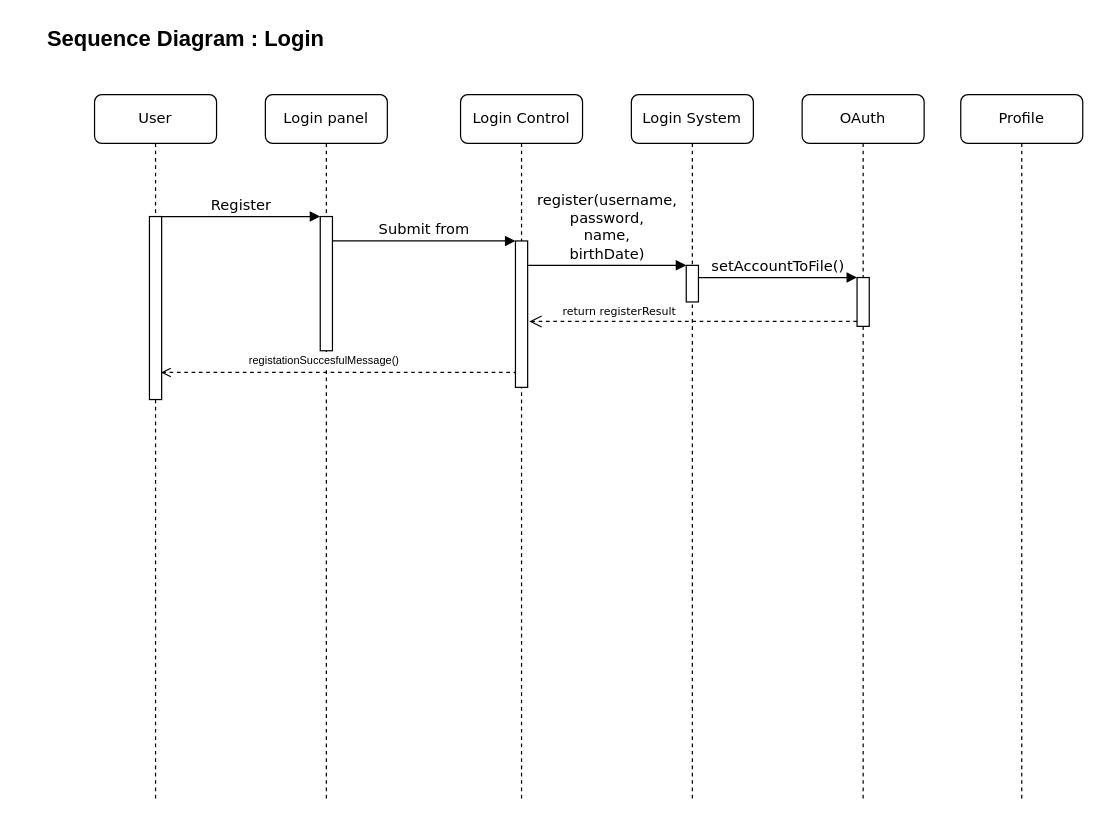
Earlier version of the draw.io diagram page "Login" (2 of 2) of Sequence_diagram.drawio (astrrr/Right-posture). Source tidied: cells renumbered, new cells numbered last; positions are measured from the earlier drawing's top-left corner, leaving out a move shared by most shapes. Both pictures are drawn from the tidied source at 122%, with x=0, y=0 at pixel (21, 21).
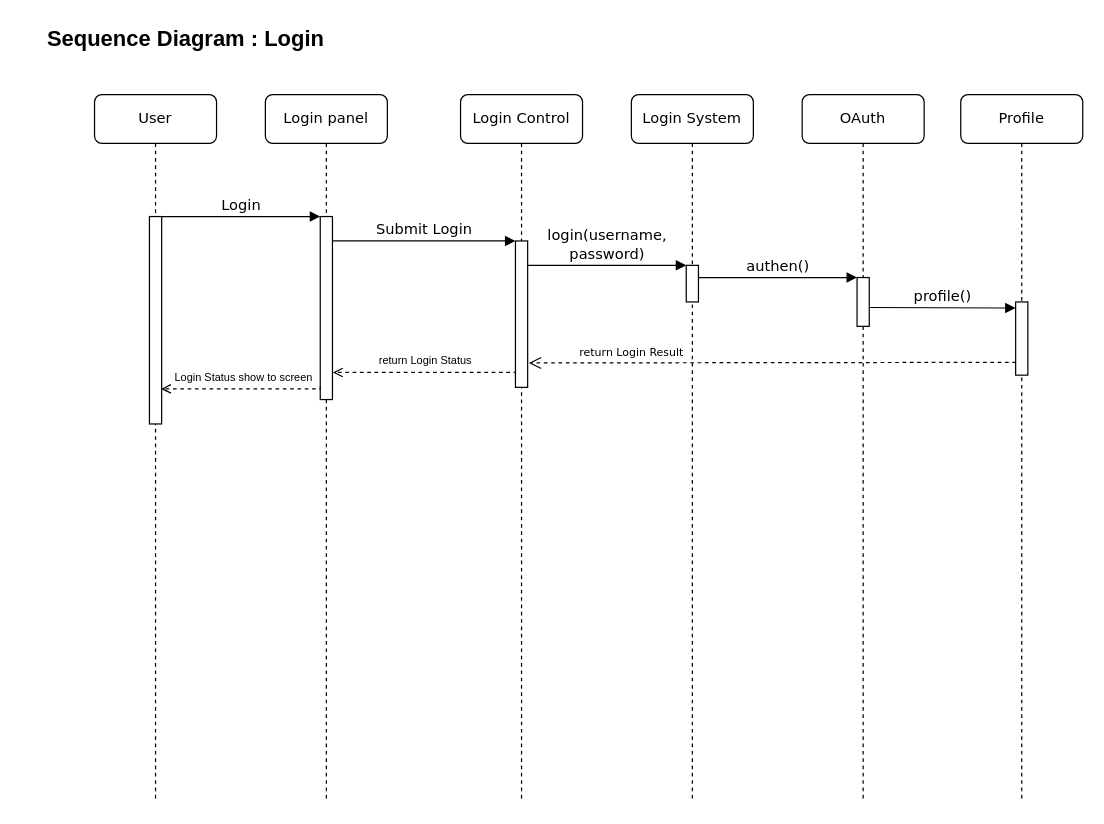
After the change.

Commit message (it also covers changes not shown here):
add login sequence flow

The change refers to these unchanged cells:
```xml
<mxCell id="3" value="Login panel" style="shape=umlLifeline;perimeter=lifelinePerimeter;whiteSpace=wrap;html=1;rounded=1;shadow=0;comic=0;labelBackgroundColor=none;strokeWidth=1;fontFamily=Verdana;fontSize=12;align=center;" parent="1" vertex="1">
  <mxGeometry x="200" y="60" width="100" height="580" as="geometry" />
</mxCell>
<mxCell id="6" style="html=1;points=[];perimeter=orthogonalPerimeter;rounded=0;shadow=0;comic=0;labelBackgroundColor=none;strokeWidth=1;fontFamily=Verdana;fontSize=12;align=center;" parent="5" vertex="1">
  <mxGeometry x="45" y="120" width="10" height="120" as="geometry" />
</mxCell>
<mxCell id="8" value="User" style="shape=umlLifeline;perimeter=lifelinePerimeter;whiteSpace=wrap;html=1;rounded=1;shadow=0;comic=0;labelBackgroundColor=none;strokeWidth=1;fontFamily=Verdana;fontSize=12;align=center;" parent="1" vertex="1">
  <mxGeometry x="60" y="60" width="100" height="580" as="geometry" />
</mxCell>
<mxCell id="10" style="html=1;points=[];perimeter=orthogonalPerimeter;rounded=0;shadow=0;comic=0;labelBackgroundColor=none;strokeWidth=1;fontFamily=Verdana;fontSize=12;align=center;" parent="1" vertex="1">
  <mxGeometry x="545" y="200" width="10" height="30" as="geometry" />
</mxCell>
<mxCell id="17" style="html=1;points=[];perimeter=orthogonalPerimeter;rounded=0;shadow=0;comic=0;labelBackgroundColor=none;strokeWidth=1;fontFamily=Verdana;fontSize=12;align=center;" parent="1" vertex="1">
  <mxGeometry x="685" y="210" width="10" height="40" as="geometry" />
</mxCell>
<mxCell id="20" value="Profile" style="shape=umlLifeline;perimeter=lifelinePerimeter;whiteSpace=wrap;html=1;rounded=1;shadow=0;comic=0;labelBackgroundColor=none;strokeWidth=1;fontFamily=Verdana;fontSize=12;align=center;" parent="1" vertex="1">
  <mxGeometry x="770" y="60" width="100" height="580" as="geometry" />
</mxCell>
```

The edit, as a diff of the source:
```diff
@@
     <mxCell id="4" style="html=1;points=[];perimeter=orthogonalPerimeter;rounded=0;shadow=0;comic=0;labelBackgroundColor=none;strokeWidth=1;fontFamily=Verdana;fontSize=12;align=center;" parent="3" vertex="1">
-      <mxGeometry x="45" y="100" width="10" height="110" as="geometry" />
+      <mxGeometry x="45" y="100" width="10" height="150" as="geometry" />
     </mxCell>
+    <mxCell id="21" style="edgeStyle=orthogonalEdgeStyle;rounded=0;jettySize=auto;html=1;fontSize=18;endArrow=open;endFill=0;dashed=1;entryX=0.949;entryY=0.831;entryDx=0;entryDy=0;entryPerimeter=0;" parent="3" edge="1" target="9">
+      <mxGeometry relative="1" as="geometry">
+        <mxPoint x="45" y="241" as="sourcePoint" />
+        <Array as="points">
+          <mxPoint x="45" y="240" />
+          <mxPoint x="45" y="241" />
+        </Array>
+      </mxGeometry>
+    </mxCell>
+    <mxCell id="22" value="Login Status show to screen" style="edgeLabel;html=1;align=center;verticalAlign=middle;fontSize=9;" parent="21" vertex="1">
+      <mxGeometry x="0.17" y="1" relative="1" as="geometry">
+        <mxPoint x="12" y="-11" as="offset" />
+      </mxGeometry>
+    </mxCell>
@@
     <mxCell id="9" style="html=1;points=[];perimeter=orthogonalPerimeter;rounded=0;shadow=0;comic=0;labelBackgroundColor=none;strokeWidth=1;fontFamily=Verdana;fontSize=12;align=center;" parent="8" vertex="1">
-      <mxGeometry x="45" y="100" width="10" height="150" as="geometry" />
+      <mxGeometry x="45" y="100" width="10" height="170" as="geometry" />
     </mxCell>
@@
-    <mxCell id="11" value="register(username,&lt;br&gt;password,&lt;br&gt;name,&lt;br&gt;birthDate)" style="html=1;verticalAlign=bottom;endArrow=block;labelBackgroundColor=none;fontFamily=Verdana;fontSize=12;edgeStyle=elbowEdgeStyle;elbow=vertical;" parent="1" edge="1" source="6" target="10">
+    <mxCell id="11" value="login(username,&lt;br&gt;password)" style="html=1;verticalAlign=bottom;endArrow=block;labelBackgroundColor=none;fontFamily=Verdana;fontSize=12;edgeStyle=elbowEdgeStyle;elbow=vertical;" parent="1" edge="1" source="6" target="10">
       <mxGeometry relative="1" as="geometry">
         <Array as="points">
           <mxPoint x="420" y="200" />
         </Array>
       </mxGeometry>
     </mxCell>
-    <mxCell id="12" value="setAccountToFile()" style="html=1;verticalAlign=bottom;endArrow=block;entryX=0;entryY=0;labelBackgroundColor=none;fontFamily=Verdana;fontSize=12;edgeStyle=elbowEdgeStyle;elbow=vertical;" parent="1" edge="1" source="10" target="17">
+    <mxCell id="12" value="authen()" style="html=1;verticalAlign=bottom;endArrow=block;entryX=0;entryY=0;labelBackgroundColor=none;fontFamily=Verdana;fontSize=12;edgeStyle=elbowEdgeStyle;elbow=vertical;" parent="1" edge="1" source="10" target="17">
       <mxGeometry relative="1" as="geometry" />
     </mxCell>
-    <mxCell id="13" value="&lt;font style=&quot;font-size: 9px&quot;&gt;return registerResult&lt;/font&gt;" style="html=1;verticalAlign=bottom;endArrow=open;dashed=1;endSize=8;labelBackgroundColor=none;fontFamily=Verdana;fontSize=12;edgeStyle=elbowEdgeStyle;elbow=vertical;entryX=1.137;entryY=0.549;entryDx=0;entryDy=0;entryPerimeter=0;" parent="1" edge="1" source="17" target="6">
-      <mxGeometry x="0.45" relative="1" as="geometry">
+    <mxCell id="13" value="&lt;font style=&quot;font-size: 9px&quot;&gt;return Login Result&lt;/font&gt;" style="html=1;verticalAlign=bottom;endArrow=open;dashed=1;endSize=8;labelBackgroundColor=none;fontFamily=Verdana;fontSize=12;edgeStyle=elbowEdgeStyle;elbow=vertical;exitX=0.027;exitY=0.825;exitDx=0;exitDy=0;exitPerimeter=0;" parent="1" edge="1" source="23">
+      <mxGeometry x="0.58" relative="1" as="geometry">
+        <mxPoint x="416" y="280" as="targetPoint" />
         <Array as="points">
+          <mxPoint x="816" y="280" />
+          <mxPoint x="660" y="280" />
           <mxPoint x="470" y="246" />
           <mxPoint x="480" y="240" />
           <mxPoint x="630" y="240" />
           <mxPoint x="660" y="240" />
         </Array>
       </mxGeometry>
     </mxCell>
-    <mxCell id="14" value="Register" style="html=1;verticalAlign=bottom;endArrow=block;entryX=0;entryY=0;labelBackgroundColor=none;fontFamily=Verdana;fontSize=12;edgeStyle=elbowEdgeStyle;elbow=vertical;" parent="1" edge="1" source="9" target="4">
+    <mxCell id="14" value="Login" style="html=1;verticalAlign=bottom;endArrow=block;entryX=0;entryY=0;labelBackgroundColor=none;fontFamily=Verdana;fontSize=12;edgeStyle=elbowEdgeStyle;elbow=vertical;" parent="1" edge="1" source="9" target="4">
       <mxGeometry relative="1" as="geometry" />
     </mxCell>
-    <mxCell id="15" value="Submit from" style="html=1;verticalAlign=bottom;endArrow=block;entryX=0;entryY=0;labelBackgroundColor=none;fontFamily=Verdana;fontSize=12;edgeStyle=elbowEdgeStyle;elbow=vertical;" parent="1" edge="1" source="4" target="6">
+    <mxCell id="15" value="Submit Login" style="html=1;verticalAlign=bottom;endArrow=block;entryX=0;entryY=0;labelBackgroundColor=none;fontFamily=Verdana;fontSize=12;edgeStyle=elbowEdgeStyle;elbow=vertical;" parent="1" edge="1" source="4" target="6">
       <mxGeometry relative="1" as="geometry" />
     </mxCell>
@@
-    <mxCell id="18" style="edgeStyle=orthogonalEdgeStyle;rounded=0;jettySize=auto;html=1;fontSize=18;endArrow=open;endFill=0;dashed=1;exitX=-0.003;exitY=0.911;exitDx=0;exitDy=0;exitPerimeter=0;entryX=0.943;entryY=0.852;entryDx=0;entryDy=0;entryPerimeter=0;" parent="1" edge="1" source="6" target="9">
+    <mxCell id="18" style="edgeStyle=orthogonalEdgeStyle;rounded=0;jettySize=auto;html=1;fontSize=18;endArrow=open;endFill=0;dashed=1;exitX=-0.003;exitY=0.911;exitDx=0;exitDy=0;exitPerimeter=0;entryX=1.035;entryY=0.852;entryDx=0;entryDy=0;entryPerimeter=0;" parent="1" edge="1" source="6" target="4">
       <mxGeometry relative="1" as="geometry">
         <Array as="points">
           <mxPoint x="405" y="288" />
         </Array>
       </mxGeometry>
     </mxCell>
-    <mxCell id="19" value="registationSuccesfulMessage()" style="edgeLabel;html=1;align=center;verticalAlign=middle;fontSize=9;" parent="18" vertex="1">
+    <mxCell id="19" value="return Login Status" style="edgeLabel;html=1;align=center;verticalAlign=middle;fontSize=9;" parent="18" vertex="1">
       <mxGeometry x="0.17" y="1" relative="1" as="geometry">
         <mxPoint x="12" y="-11" as="offset" />
       </mxGeometry>
     </mxCell>
@@
+    <mxCell id="23" style="html=1;points=[];perimeter=orthogonalPerimeter;" parent="20" vertex="1">
+      <mxGeometry x="45" y="170" width="10" height="60" as="geometry" />
+    </mxCell>
+    <mxCell id="24" value="profile()" style="html=1;verticalAlign=bottom;endArrow=block;entryX=0;entryY=0;labelBackgroundColor=none;fontFamily=Verdana;fontSize=12;edgeStyle=elbowEdgeStyle;elbow=vertical;exitX=1.016;exitY=0.614;exitDx=0;exitDy=0;exitPerimeter=0;" parent="20" edge="1" source="17">
+      <mxGeometry relative="1" as="geometry">
+        <mxPoint x="45" y="174.8" as="targetPoint" />
+      </mxGeometry>
+    </mxCell>
```
